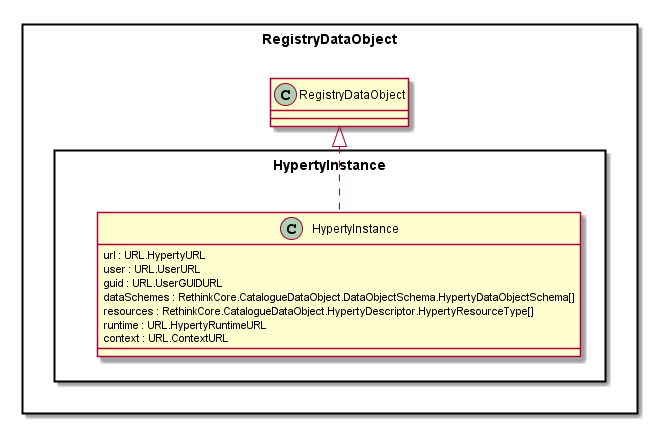
Before: docs/datamodel/core/hyperty-registry/Hyperty-Instance-Data-Object-Model.png, a diagram exported from PlantUML (reTHINK-project/dev-service-framework).
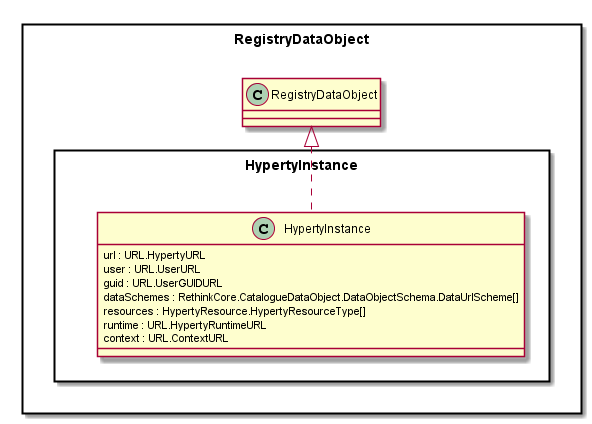
The same diagram one commit later.

The edit, as a diff of the source:
```diff
@@ -8,8 +8,8 @@
 			url : URL.HypertyURL
 			user : URL.UserURL
 			guid : URL.UserGUIDURL
-			dataSchemes : RethinkCore.CatalogueDataObject.DataObjectSchema.HypertyDataObjectSchema[]
-			resources : RethinkCore.CatalogueDataObject.HypertyDescriptor.HypertyResourceType[]
+			dataSchemes : RethinkCore.CatalogueDataObject.DataObjectSchema.DataUrlScheme[]
+			resources : HypertyResource.HypertyResourceType[]
 			runtime : URL.HypertyRuntimeURL
 			context : URL.ContextURL
 		}
```
